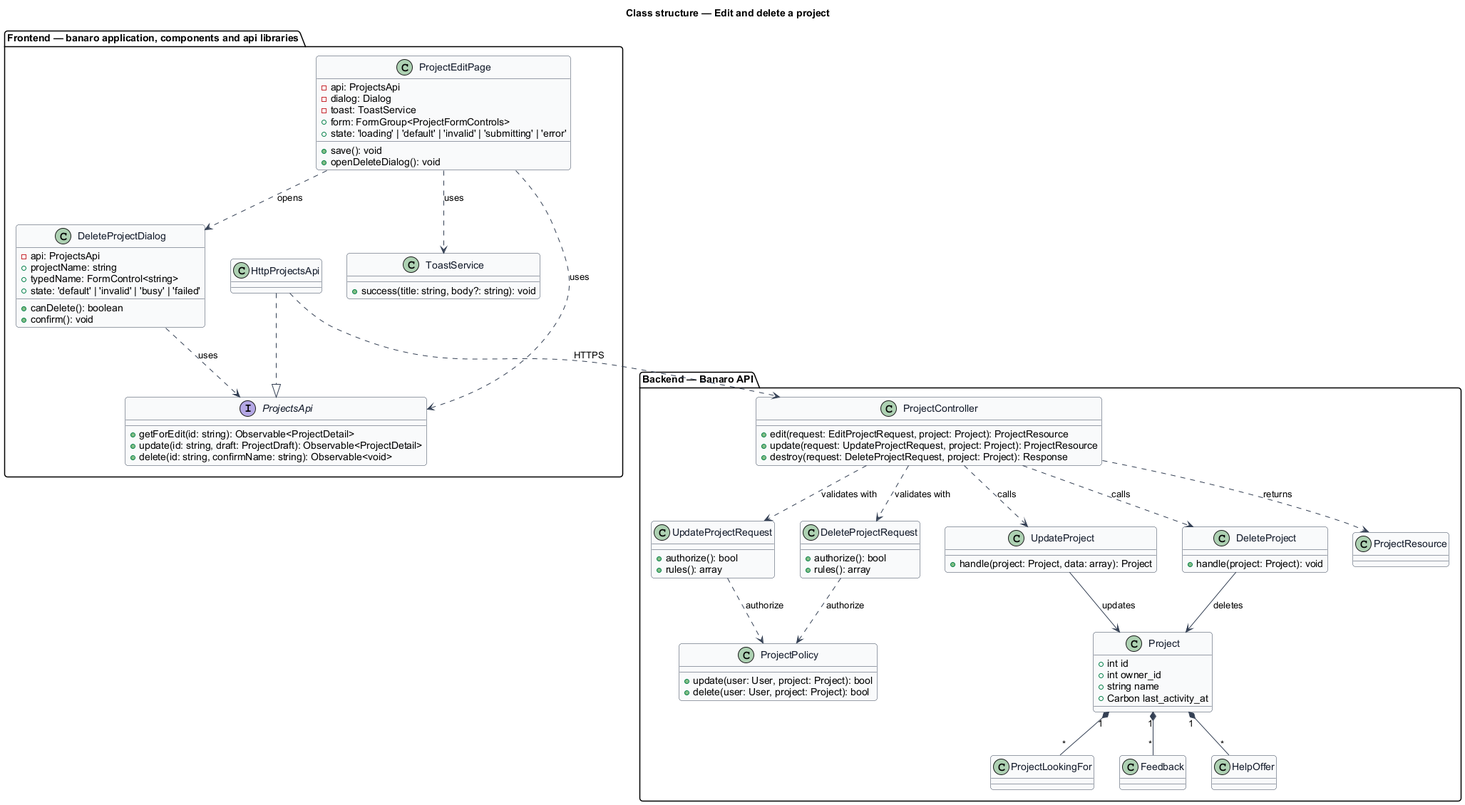
Before: docs/detailed-designs/projects/edit-and-delete-project/diagrams/class-structure.png, a diagram exported from PlantUML (QuinntyneBrown/banaro). The source it was exported from:
```plantuml
@startuml
skinparam backgroundColor #FFFFFF
skinparam shadowing false
skinparam roundcorner 8
skinparam defaultFontName Arial
skinparam ArrowColor #344054
skinparam class {
  BorderColor #344054
  FontColor #101828
  BackgroundColor #F9FAFB
}
title Class structure — Edit and delete a project

package "Frontend — banaro application, components and api libraries" {
  class ProjectEditPage {
    -api: ProjectsApi
    -dialog: Dialog
    -toast: ToastService
    +form: FormGroup<ProjectFormControls>
    +state: 'loading' | 'default' | 'invalid' | 'submitting' | 'error'
    +save(): void
    +openDeleteDialog(): void
  }
  class DeleteProjectDialog {
    -api: ProjectsApi
    +projectName: string
    +typedName: FormControl<string>
    +state: 'default' | 'invalid' | 'busy' | 'failed'
    +canDelete(): boolean
    +confirm(): void
  }
  class ToastService {
    +success(title: string, body?: string): void
  }
  interface ProjectsApi {
    +getForEdit(id: string): Observable<ProjectDetail>
    +update(id: string, draft: ProjectDraft): Observable<ProjectDetail>
    +delete(id: string, confirmName: string): Observable<void>
  }
  class HttpProjectsApi
}

package "Backend — Banaro API" {
  class ProjectController {
    +edit(request: EditProjectRequest, project: Project): ProjectResource
    +update(request: UpdateProjectRequest, project: Project): ProjectResource
    +destroy(request: DeleteProjectRequest, project: Project): Response
  }
  class UpdateProjectRequest {
    +authorize(): bool
    +rules(): array
  }
  class DeleteProjectRequest {
    +authorize(): bool
    +rules(): array
  }
  class ProjectPolicy {
    +update(user: User, project: Project): bool
    +delete(user: User, project: Project): bool
  }
  class UpdateProject {
    +handle(project: Project, data: array): Project
  }
  class DeleteProject {
    +handle(project: Project): void
  }
  class Project {
    +int id
    +int owner_id
    +string name
    +Carbon last_activity_at
  }
  class ProjectLookingFor
  class Feedback
  class HelpOffer
  class ProjectResource
}

ProjectEditPage ..> ProjectsApi : uses
ProjectEditPage ..> DeleteProjectDialog : opens
ProjectEditPage ..> ToastService : uses
DeleteProjectDialog ..> ProjectsApi : uses
HttpProjectsApi ..|> ProjectsApi
HttpProjectsApi ..> ProjectController : HTTPS

ProjectController ..> UpdateProjectRequest : validates with
ProjectController ..> DeleteProjectRequest : validates with
UpdateProjectRequest ..> ProjectPolicy : authorize
DeleteProjectRequest ..> ProjectPolicy : authorize
ProjectController ..> UpdateProject : calls
ProjectController ..> DeleteProject : calls
ProjectController ..> ProjectResource : returns
UpdateProject --> Project : updates
DeleteProject --> Project : deletes
Project "1" *-- "*" ProjectLookingFor
Project "1" *-- "*" Feedback
Project "1" *-- "*" HelpOffer
@enduml
```
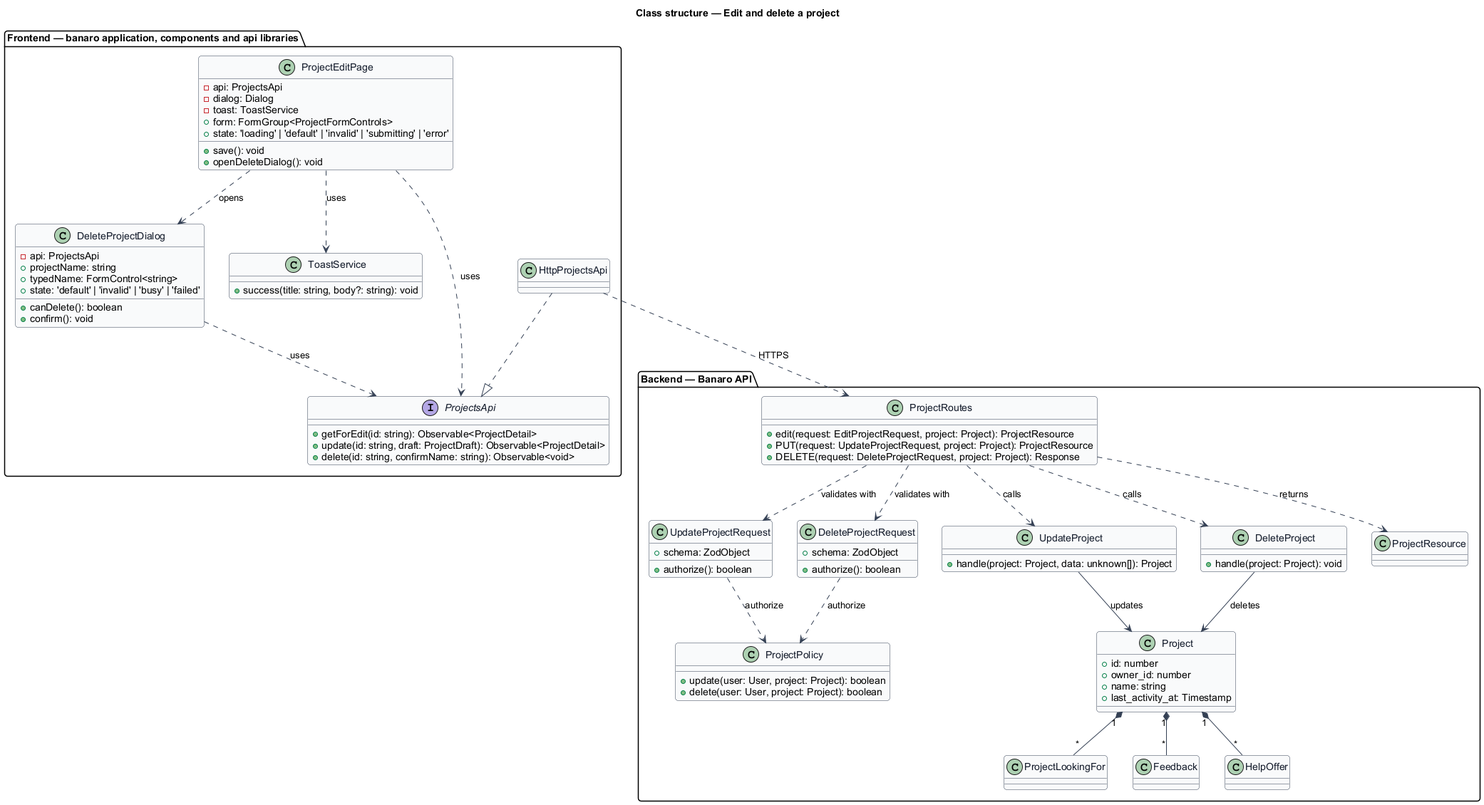
Later version of the same file.

Diff of the diagram source:
```diff
@@ -41,34 +41,34 @@
 }
 
 package "Backend — Banaro API" {
-  class ProjectController {
+  class ProjectRoutes {
     +edit(request: EditProjectRequest, project: Project): ProjectResource
-    +update(request: UpdateProjectRequest, project: Project): ProjectResource
-    +destroy(request: DeleteProjectRequest, project: Project): Response
+    +PUT(request: UpdateProjectRequest, project: Project): ProjectResource
+    +DELETE(request: DeleteProjectRequest, project: Project): Response
   }
   class UpdateProjectRequest {
-    +authorize(): bool
-    +rules(): array
+    +authorize(): boolean
+    +schema: ZodObject
   }
   class DeleteProjectRequest {
-    +authorize(): bool
-    +rules(): array
+    +authorize(): boolean
+    +schema: ZodObject
   }
   class ProjectPolicy {
-    +update(user: User, project: Project): bool
-    +delete(user: User, project: Project): bool
+    +update(user: User, project: Project): boolean
+    +delete(user: User, project: Project): boolean
   }
   class UpdateProject {
-    +handle(project: Project, data: array): Project
+    +handle(project: Project, data: unknown[]): Project
   }
   class DeleteProject {
     +handle(project: Project): void
   }
   class Project {
-    +int id
-    +int owner_id
-    +string name
-    +Carbon last_activity_at
+    +id: number
+    +owner_id: number
+    +name: string
+    +last_activity_at: Timestamp
   }
   class ProjectLookingFor
   class Feedback
@@ -81,15 +81,15 @@
 ProjectEditPage ..> ToastService : uses
 DeleteProjectDialog ..> ProjectsApi : uses
 HttpProjectsApi ..|> ProjectsApi
-HttpProjectsApi ..> ProjectController : HTTPS
+HttpProjectsApi ..> ProjectRoutes : HTTPS
 
-ProjectController ..> UpdateProjectRequest : validates with
-ProjectController ..> DeleteProjectRequest : validates with
+ProjectRoutes ..> UpdateProjectRequest : validates with
+ProjectRoutes ..> DeleteProjectRequest : validates with
 UpdateProjectRequest ..> ProjectPolicy : authorize
 DeleteProjectRequest ..> ProjectPolicy : authorize
-ProjectController ..> UpdateProject : calls
-ProjectController ..> DeleteProject : calls
-ProjectController ..> ProjectResource : returns
+ProjectRoutes ..> UpdateProject : calls
+ProjectRoutes ..> DeleteProject : calls
+ProjectRoutes ..> ProjectResource : returns
 UpdateProject --> Project : updates
 DeleteProject --> Project : deletes
 Project "1" *-- "*" ProjectLookingFor
```
